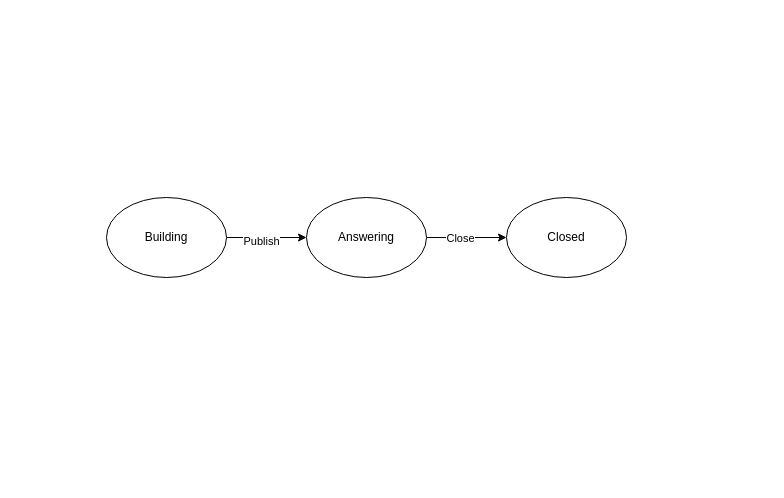
This is doc/state_diagram.drawio from Nomeos/Looper, a draw.io file, before an edit. Source tidied: cells renumbered, new cells numbered last; positions are measured from the earlier drawing's top-left corner, leaving out a move shared by most shapes. Both pictures are drawn from the tidied source at 100%, with x=0, y=0 at pixel (106, 197).
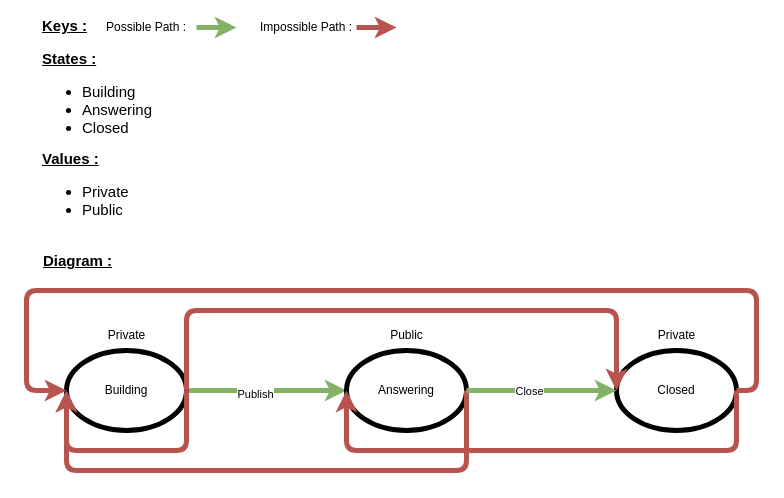
The same diagram, later.

Commit message (it also covers changes not shown here):
Update state diagram and pdf

What changed in the source:
```diff
@@
-    <mxCell id="2" style="edgeStyle=orthogonalEdgeStyle;rounded=0;jettySize=auto;html=1;" parent="1" edge="1" source="4" target="7">
+    <mxCell id="2" style="edgeStyle=orthogonalEdgeStyle;rounded=0;jettySize=auto;html=1;strokeWidth=5;fillColor=#d5e8d4;strokeColor=#82b366;" parent="1" edge="1" source="4" target="7">
       <mxGeometry relative="1" as="geometry" />
     </mxCell>
@@
-    <mxCell id="4" value="Building" style="ellipse;whiteSpace=wrap;html=1;" parent="1" vertex="1">
-      <mxGeometry width="120" height="80" as="geometry" />
+    <mxCell id="4" value="Building" style="ellipse;whiteSpace=wrap;html=1;strokeWidth=5;" parent="1" vertex="1">
+      <mxGeometry x="-40" y="153" width="120" height="80" as="geometry" />
     </mxCell>
+    <mxCell id="7" value="Answering" style="ellipse;whiteSpace=wrap;html=1;strokeWidth=5;" parent="1" vertex="1">
+      <mxGeometry x="240" y="153" width="120" height="80" as="geometry" />
+    </mxCell>
+    <mxCell id="8" value="Closed" style="ellipse;whiteSpace=wrap;html=1;strokeWidth=5;" parent="1" vertex="1">
+      <mxGeometry x="510" y="153" width="120" height="80" as="geometry" />
+    </mxCell>
+    <mxCell id="9" style="endArrow=none;html=1;fillColor=#f8cecc;strokeColor=#b85450;entryX=1;entryY=0.5;entryDx=0;entryDy=0;exitX=0;exitY=0.5;exitDx=0;exitDy=0;edgeStyle=orthogonalEdgeStyle;strokeWidth=5;startArrow=classic;startFill=1;" parent="1" edge="1" source="4" target="8">
+      <mxGeometry relative="1" as="geometry">
+        <Array as="points">
+          <mxPoint x="-80" y="193" />
+          <mxPoint x="-80" y="93" />
+          <mxPoint x="650" y="93" />
+          <mxPoint x="650" y="193" />
+        </Array>
+      </mxGeometry>
+    </mxCell>
+    <mxCell id="10" style="endArrow=classic;html=1;strokeWidth=5;fillColor=#d5e8d4;strokeColor=#82b366;" parent="1" edge="1">
+      <mxGeometry relative="1" as="geometry">
+        <mxPoint x="90" y="-170" as="sourcePoint" />
+        <mxPoint x="130" y="-170" as="targetPoint" />
+      </mxGeometry>
+    </mxCell>
+    <mxCell id="11" value="Possible Path :" style="text;html=1;strokeColor=none;fillColor=none;align=center;verticalAlign=middle;whiteSpace=wrap;rounded=0;" parent="1" vertex="1">
+      <mxGeometry x="-10" y="-180" width="100" height="20" as="geometry" />
+    </mxCell>
+    <mxCell id="12" style="endArrow=classic;html=1;strokeWidth=5;fillColor=#f8cecc;strokeColor=#b85450;" parent="1" edge="1">
+      <mxGeometry relative="1" as="geometry">
+        <mxPoint x="250" y="-170" as="sourcePoint" />
+        <mxPoint x="290" y="-170" as="targetPoint" />
+      </mxGeometry>
+    </mxCell>
+    <mxCell id="13" value="Impossible Path :" style="text;html=1;strokeColor=none;fillColor=none;align=center;verticalAlign=middle;whiteSpace=wrap;rounded=0;" parent="1" vertex="1">
+      <mxGeometry x="150" y="-180" width="100" height="20" as="geometry" />
+    </mxCell>
+    <mxCell id="14" value="&lt;font style=&quot;font-size: 15px&quot;&gt;&lt;b&gt;&lt;u&gt;States :&lt;/u&gt;&lt;/b&gt;&lt;br&gt;&lt;ul&gt;&lt;li&gt;&lt;font style=&quot;font-size: 15px&quot;&gt;Building&lt;/font&gt;&lt;/li&gt;&lt;li&gt;&lt;font style=&quot;font-size: 15px&quot;&gt;Answering&lt;/font&gt;&lt;/li&gt;&lt;li&gt;&lt;font style=&quot;font-size: 15px&quot;&gt;Closed&lt;/font&gt;&lt;/li&gt;&lt;/ul&gt;&lt;/font&gt;" style="text;html=1;fillColor=none;spacing=5;spacingTop=-20;whiteSpace=wrap;overflow=hidden;rounded=0;" parent="1" vertex="1">
+      <mxGeometry x="-69" y="-137" width="130" height="80" as="geometry" />
+    </mxCell>
+    <mxCell id="15" value="&lt;font style=&quot;font-size: 15px&quot;&gt;&lt;b&gt;&lt;u&gt;Keys :&lt;br&gt;&lt;/u&gt;&lt;/b&gt;&lt;/font&gt;" style="text;html=1;fillColor=none;spacing=5;spacingTop=-20;whiteSpace=wrap;overflow=hidden;rounded=0;" parent="1" vertex="1">
+      <mxGeometry x="-69" y="-170" width="70" height="10" as="geometry" />
+    </mxCell>
+    <mxCell id="16" value="&lt;b&gt;&lt;u&gt;&lt;font style=&quot;font-size: 15px&quot;&gt;Diagram :&lt;/font&gt;&lt;/u&gt;&lt;/b&gt;" style="text;html=1;align=center;verticalAlign=middle;strokeColor=none;fillColor=none;" parent="1" vertex="1">
+      <mxGeometry x="-69" y="53" width="80" height="20" as="geometry" />
+    </mxCell>
+    <mxCell id="17" style="endArrow=none;html=1;fillColor=#f8cecc;strokeColor=#b85450;entryX=1;entryY=0.5;entryDx=0;entryDy=0;exitX=0;exitY=0.5;exitDx=0;exitDy=0;edgeStyle=orthogonalEdgeStyle;strokeWidth=5;startArrow=classic;startFill=1;" parent="1" edge="1" source="4" target="7">
+      <mxGeometry relative="1" as="geometry">
+        <Array as="points">
+          <mxPoint x="-40" y="273" />
+          <mxPoint x="360" y="273" />
+        </Array>
+      </mxGeometry>
+    </mxCell>
-    <mxCell id="5" style="edgeStyle=orthogonalEdgeStyle;rounded=0;jettySize=auto;html=1;" parent="1" edge="1" source="7" target="8">
+    <mxCell id="5" style="edgeStyle=orthogonalEdgeStyle;rounded=0;jettySize=auto;html=1;strokeWidth=5;fillColor=#d5e8d4;strokeColor=#82b366;" parent="1" edge="1" source="7" target="8">
       <mxGeometry relative="1" as="geometry" />
     </mxCell>
@@
-    <mxCell id="7" value="Answering" style="ellipse;whiteSpace=wrap;html=1;" parent="1" vertex="1">
-      <mxGeometry x="200" width="120" height="80" as="geometry" />
-    </mxCell>
-    <mxCell id="8" value="Closed" style="ellipse;whiteSpace=wrap;html=1;" parent="1" vertex="1">
-      <mxGeometry x="400" width="120" height="80" as="geometry" />
-    </mxCell>
+    <mxCell id="18" style="endArrow=none;html=1;fillColor=#f8cecc;strokeColor=#b85450;entryX=1;entryY=0.5;entryDx=0;entryDy=0;edgeStyle=orthogonalEdgeStyle;strokeWidth=5;startArrow=classic;startFill=1;" parent="1" edge="1" target="4">
+      <mxGeometry relative="1" as="geometry">
+        <mxPoint x="-40" y="193" as="sourcePoint" />
+        <Array as="points">
+          <mxPoint x="-40" y="253" />
+          <mxPoint x="80" y="253" />
+        </Array>
+      </mxGeometry>
+    </mxCell>
+    <mxCell id="19" style="endArrow=none;html=1;fillColor=#f8cecc;strokeColor=#b85450;entryX=1;entryY=0.5;entryDx=0;entryDy=0;exitX=0;exitY=0.5;exitDx=0;exitDy=0;edgeStyle=orthogonalEdgeStyle;strokeWidth=5;startArrow=classic;startFill=1;" parent="1" edge="1" source="7" target="8">
+      <mxGeometry relative="1" as="geometry">
+        <Array as="points">
+          <mxPoint x="240" y="253" />
+          <mxPoint x="630" y="253" />
+        </Array>
+      </mxGeometry>
+    </mxCell>
+    <mxCell id="20" value="&lt;font style=&quot;font-size: 15px&quot;&gt;&lt;b&gt;&lt;u&gt;Values :&lt;/u&gt;&lt;/b&gt;&lt;br&gt;&lt;ul&gt;&lt;li&gt;Private&lt;/li&gt;&lt;li&gt;Public&lt;/li&gt;&lt;/ul&gt;&lt;/font&gt;" style="text;html=1;fillColor=none;spacing=5;spacingTop=-20;whiteSpace=wrap;overflow=hidden;rounded=0;" parent="1" vertex="1">
+      <mxGeometry x="-69" y="-37" width="130" height="80" as="geometry" />
+    </mxCell>
+    <mxCell id="21" value="Private" style="text;html=1;align=center;verticalAlign=middle;strokeColor=none;fillColor=none;" parent="1" vertex="1">
+      <mxGeometry x="545" y="128" width="50" height="20" as="geometry" />
+    </mxCell>
+    <mxCell id="22" value="Public" style="text;html=1;align=center;verticalAlign=middle;strokeColor=none;fillColor=none;" parent="1" vertex="1">
+      <mxGeometry x="275" y="128" width="50" height="20" as="geometry" />
+    </mxCell>
+    <mxCell id="23" value="Private" style="text;html=1;align=center;verticalAlign=middle;strokeColor=none;fillColor=none;" parent="1" vertex="1">
+      <mxGeometry x="-5" y="128" width="50" height="20" as="geometry" />
+    </mxCell>
+    <mxCell id="24" style="endArrow=none;html=1;fillColor=#f8cecc;strokeColor=#b85450;entryX=1;entryY=0.5;entryDx=0;entryDy=0;exitX=0;exitY=0.5;exitDx=0;exitDy=0;edgeStyle=orthogonalEdgeStyle;strokeWidth=5;startArrow=classic;startFill=1;" parent="1" edge="1" source="8" target="4">
+      <mxGeometry relative="1" as="geometry">
+        <Array as="points">
+          <mxPoint x="510" y="113" />
+          <mxPoint x="80" y="113" />
+        </Array>
+      </mxGeometry>
+    </mxCell>
```
